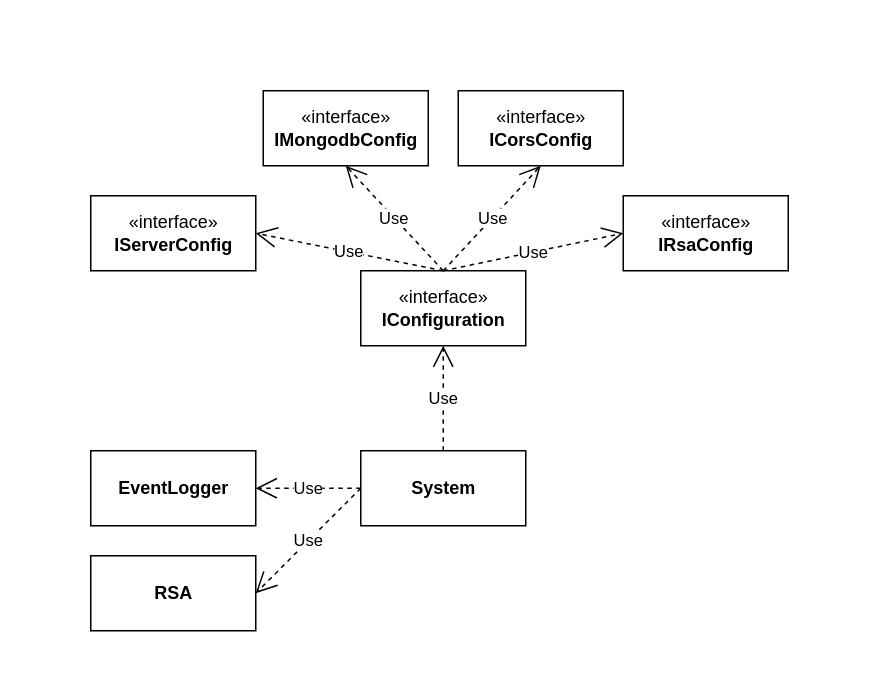
Earlier version of the draw.io diagram api-docs/draw.io/architecture.drawio (syr0s/todo-backend). Source tidied: cells renumbered, new cells numbered last; positions are measured from the earlier drawing's top-left corner, leaving out a move shared by most shapes. Both pictures are drawn from the tidied source at 150%, with x=0, y=0 at pixel (90, 90).
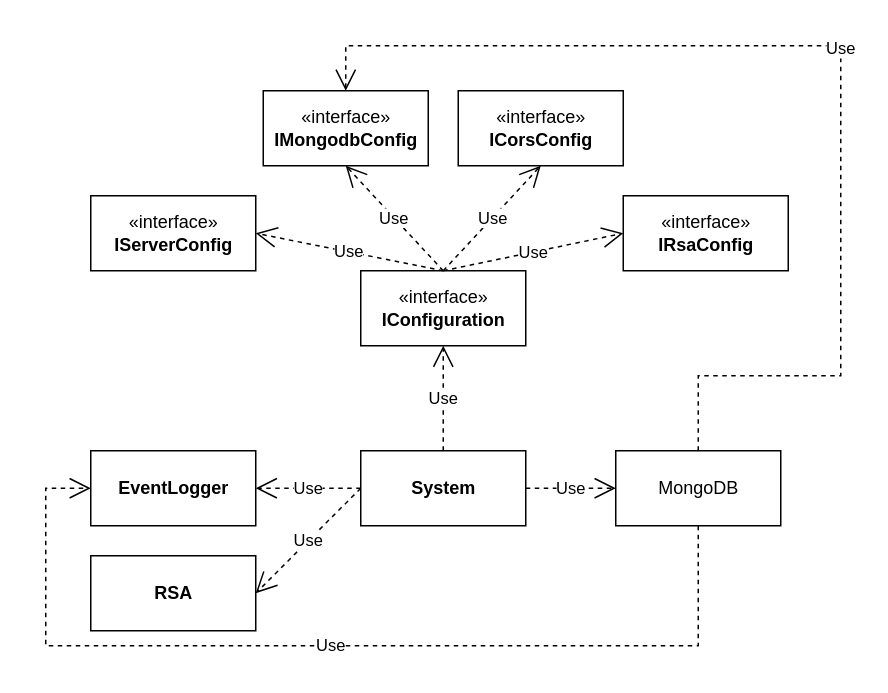
The same diagram, later.

Commit message (it also covers changes not shown here):
feat: :sparkles: connect to MongoDB using mongoose

Unchanged cells that the change refers to:
```xml
<mxCell id="4" value="«interface»&lt;br&gt;&lt;b&gt;IMongodbConfig&lt;/b&gt;" style="html=1;" parent="1" vertex="1">
  <mxGeometry x="115" width="110" height="50" as="geometry" />
</mxCell>
<mxCell id="7" value="System" style="html=1;fontStyle=1;" parent="1" vertex="1">
  <mxGeometry x="180" y="240" width="110" height="50" as="geometry" />
</mxCell>
<mxCell id="13" value="EventLogger" style="html=1;fontStyle=1;" parent="1" vertex="1">
  <mxGeometry y="240" width="110" height="50" as="geometry" />
</mxCell>
```

The edit, as a diff of the source:
```diff
@@
+    <mxCell id="17" value="MongoDB" style="html=1;" parent="1" vertex="1">
+      <mxGeometry x="350" y="240" width="110" height="50" as="geometry" />
+    </mxCell>
+    <mxCell id="18" value="Use" style="endArrow=open;endSize=12;dashed=1;html=1;rounded=0;exitX=0.5;exitY=0;exitDx=0;exitDy=0;entryX=0.5;entryY=0;entryDx=0;entryDy=0;" parent="1" edge="1" source="17" target="4">
+      <mxGeometry relative="1" as="geometry">
+        <Array as="points">
+          <mxPoint x="405" y="190" />
+          <mxPoint x="500" y="190" />
+          <mxPoint x="500" y="-30" />
+          <mxPoint x="170" y="-30" />
+        </Array>
+      </mxGeometry>
+    </mxCell>
+    <mxCell id="19" value="Use" style="endArrow=open;endSize=12;dashed=1;html=1;rounded=0;entryX=0;entryY=0.5;entryDx=0;entryDy=0;exitX=1;exitY=0.5;exitDx=0;exitDy=0;" parent="1" edge="1" source="7" target="17">
+      <mxGeometry relative="1" as="geometry" />
+    </mxCell>
+    <mxCell id="20" value="Use" style="endArrow=open;endSize=12;dashed=1;html=1;rounded=0;exitX=0.5;exitY=1;exitDx=0;exitDy=0;entryX=0;entryY=0.5;entryDx=0;entryDy=0;" parent="1" edge="1" source="17" target="13">
+      <mxGeometry relative="1" as="geometry">
+        <Array as="points">
+          <mxPoint x="405" y="370" />
+          <mxPoint x="-30" y="370" />
+          <mxPoint x="-30" y="265" />
+        </Array>
+      </mxGeometry>
+    </mxCell>
```
